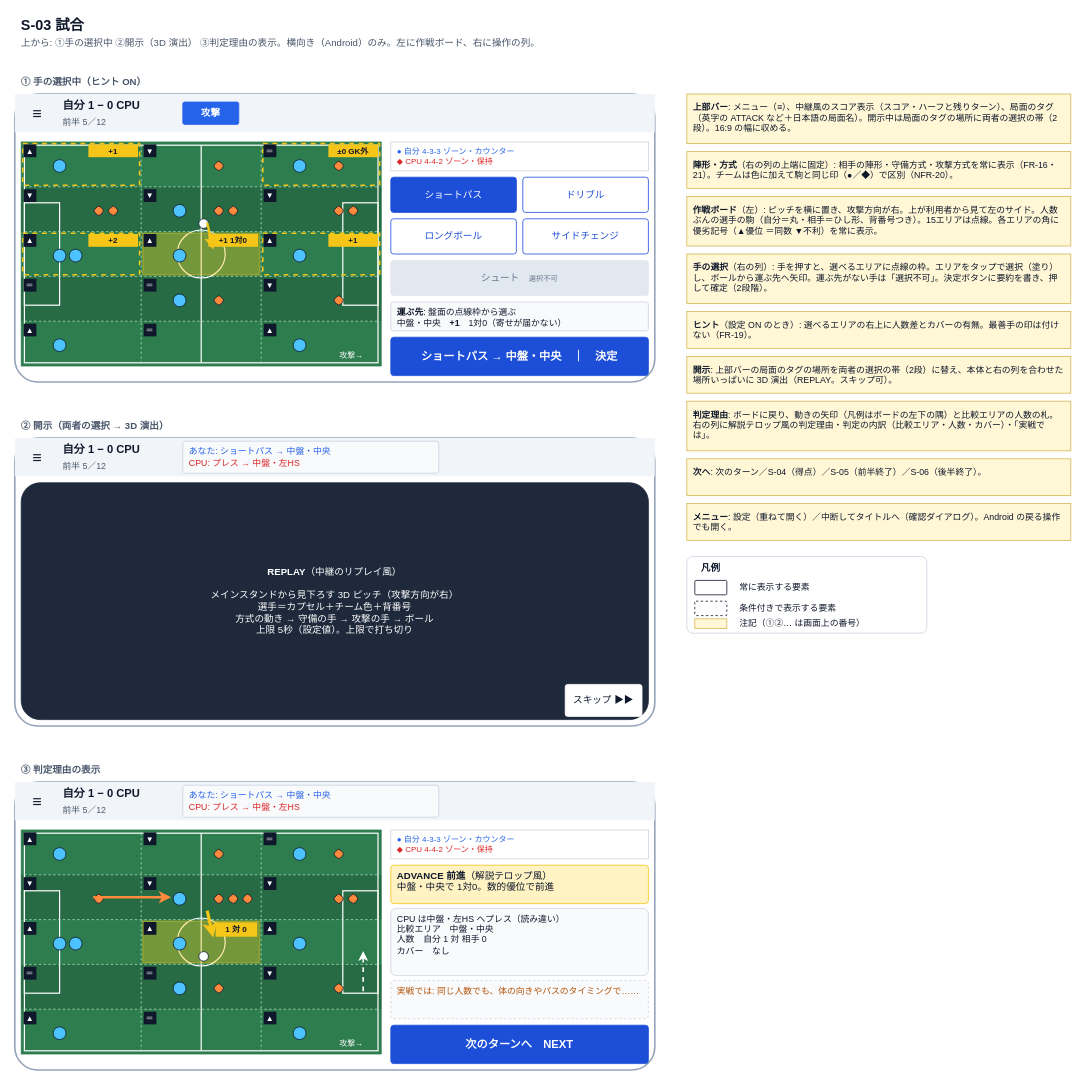
Before: page "wireframe-s03-match" (3 of 12) of docs/specs/2_basic-design/wireframes.drawio in n-yata/soccer-sim, a draw.io diagram. Source tidied: cells renumbered, new cells numbered last; positions are measured from the earlier drawing's top-left corner, leaving out a move shared by most shapes. Both pictures are drawn from the tidied source at 80%, with x=0, y=0 at pixel (14, 14).
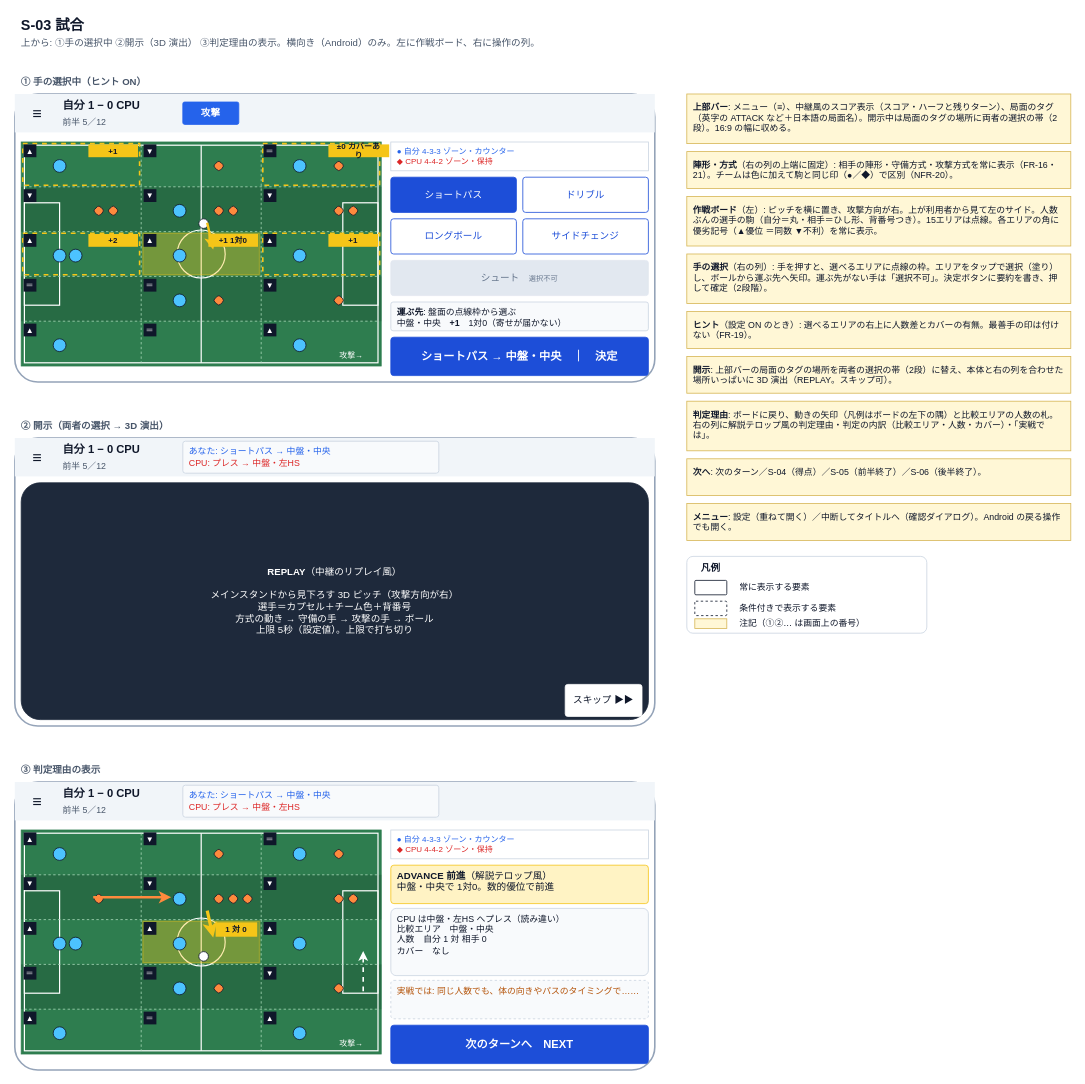
Above is the later version.

Change to the diagram source:
```diff
@@
-    <mxCell id="59" value="±0 GK外" style="rounded=0;arcSize=8;whiteSpace=wrap;html=1;fillColor=#F5C518;strokeColor=none;fontSize=10;fontColor=#0F172A;align=center;verticalAlign=middle;spacingLeft=6;spacingRight=6;fontStyle=1;" parent="1" vertex="1">
-      <mxGeometry x="392" y="163" width="62" height="16" as="geometry" />
+    <mxCell id="59" value="±0 カバーあり" style="rounded=0;arcSize=8;whiteSpace=wrap;html=1;fillColor=#F5C518;strokeColor=none;fontSize=10;fontColor=#0F172A;align=center;verticalAlign=middle;spacingLeft=6;spacingRight=6;fontStyle=1;" parent="1" vertex="1">
+      <mxGeometry x="392" y="163" width="76" height="16" as="geometry" />
     </mxCell>
```
